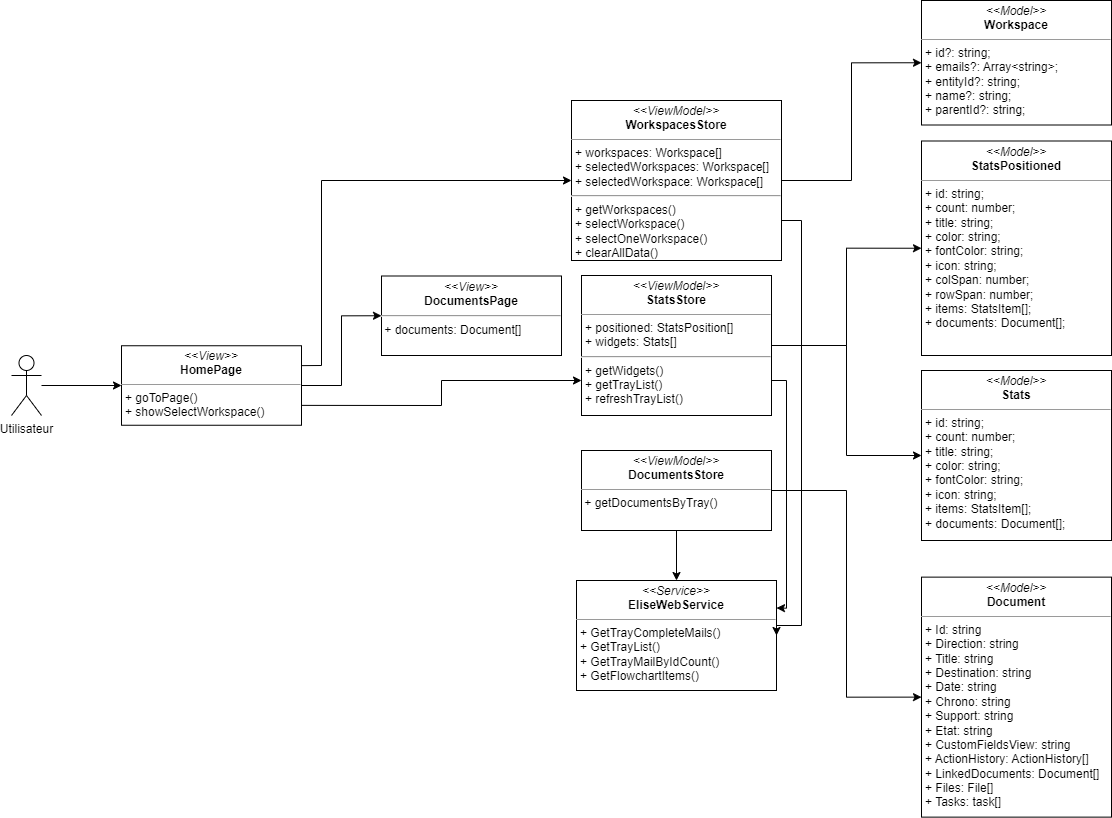
Earlier version of the draw.io export images_pfe/dcc_sprint7.png (PFE-Neoledge-2023/rapport). Source tidied: cells renumbered, new cells last; positions are measured from the earlier drawing's top-left corner, leaving out a move shared by most shapes.
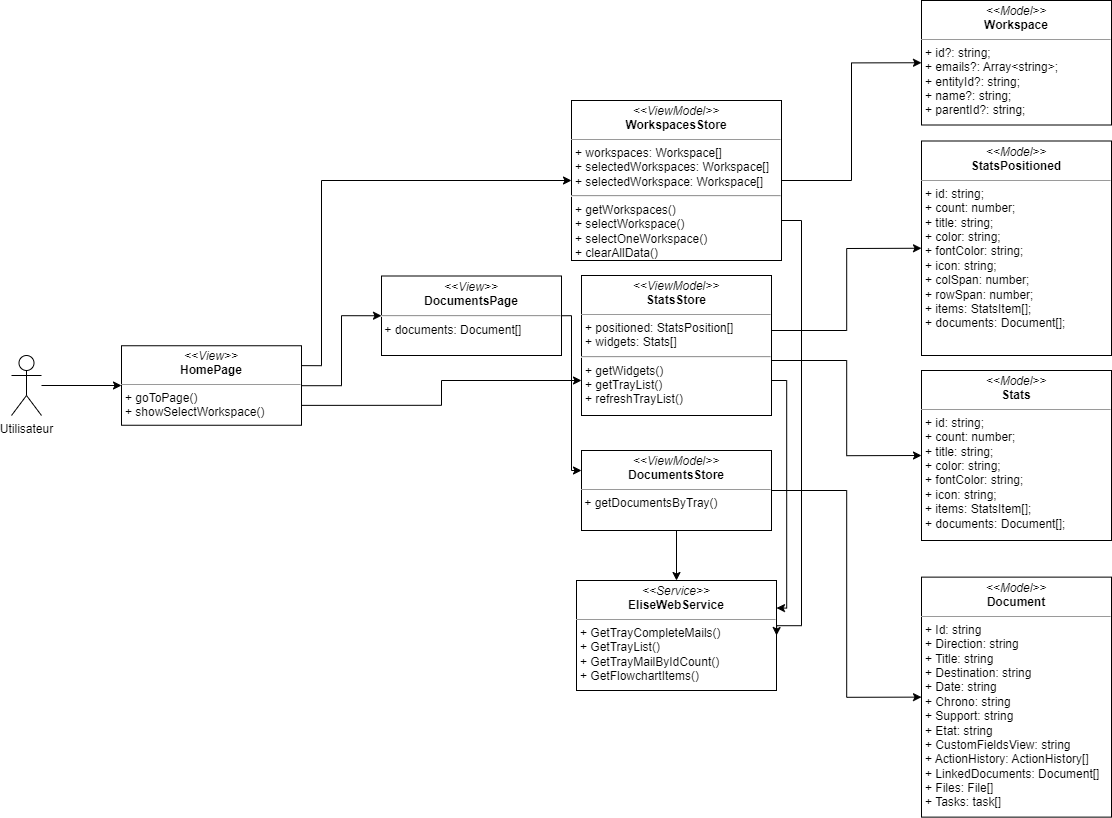
After the change.

What changed in the source:
```diff
@@ -8,14 +8,27 @@
     <mxCell id="3" value="Utilisateur" style="shape=umlActor;verticalLabelPosition=bottom;verticalAlign=top;html=1;outlineConnect=0;" parent="1" vertex="1">
       <mxGeometry y="355" width="30" height="60" as="geometry" />
     </mxCell>
+    <mxCell id="25" style="edgeStyle=orthogonalEdgeStyle;html=1;exitX=1;exitY=0.5;exitDx=0;exitDy=0;entryX=0;entryY=0.25;entryDx=0;entryDy=0;rounded=0;" parent="1" edge="1" source="4" target="17">
+      <mxGeometry relative="1" as="geometry" />
+    </mxCell>
     <mxCell id="4" value="&lt;p style=&quot;margin:0px;margin-top:4px;text-align:center;&quot;&gt;&lt;i&gt;&amp;lt;&amp;lt;View&amp;gt;&amp;gt;&lt;/i&gt;&lt;br&gt;&lt;b&gt;DocumentsPage&lt;/b&gt;&lt;/p&gt;&lt;hr&gt;&amp;nbsp;+ documents: Document[]" style="verticalAlign=top;align=left;overflow=fill;fontSize=12;fontFamily=Helvetica;html=1;whiteSpace=wrap;" parent="1" vertex="1">
       <mxGeometry x="370" y="275.5" width="180" height="79.5" as="geometry" />
     </mxCell>
     <mxCell id="5" style="edgeStyle=orthogonalEdgeStyle;rounded=0;html=1;entryX=0;entryY=0.5;entryDx=0;entryDy=0;" parent="1" edge="1" source="8" target="19">
-      <mxGeometry relative="1" as="geometry" />
+      <mxGeometry relative="1" as="geometry">
+        <Array as="points">
+          <mxPoint x="835" y="360" />
+          <mxPoint x="835" y="455" />
+        </Array>
+      </mxGeometry>
     </mxCell>
     <mxCell id="6" style="edgeStyle=orthogonalEdgeStyle;rounded=0;html=1;entryX=0;entryY=0.5;entryDx=0;entryDy=0;" parent="1" edge="1" source="8" target="18">
-      <mxGeometry relative="1" as="geometry" />
+      <mxGeometry relative="1" as="geometry">
+        <Array as="points">
+          <mxPoint x="835" y="330" />
+          <mxPoint x="835" y="248" />
+        </Array>
+      </mxGeometry>
     </mxCell>
     <mxCell id="7" style="edgeStyle=orthogonalEdgeStyle;rounded=0;html=1;exitX=1;exitY=0.75;exitDx=0;exitDy=0;entryX=1;entryY=0.25;entryDx=0;entryDy=0;" parent="1" edge="1" source="8" target="9">
       <mxGeometry relative="1" as="geometry" />
```
